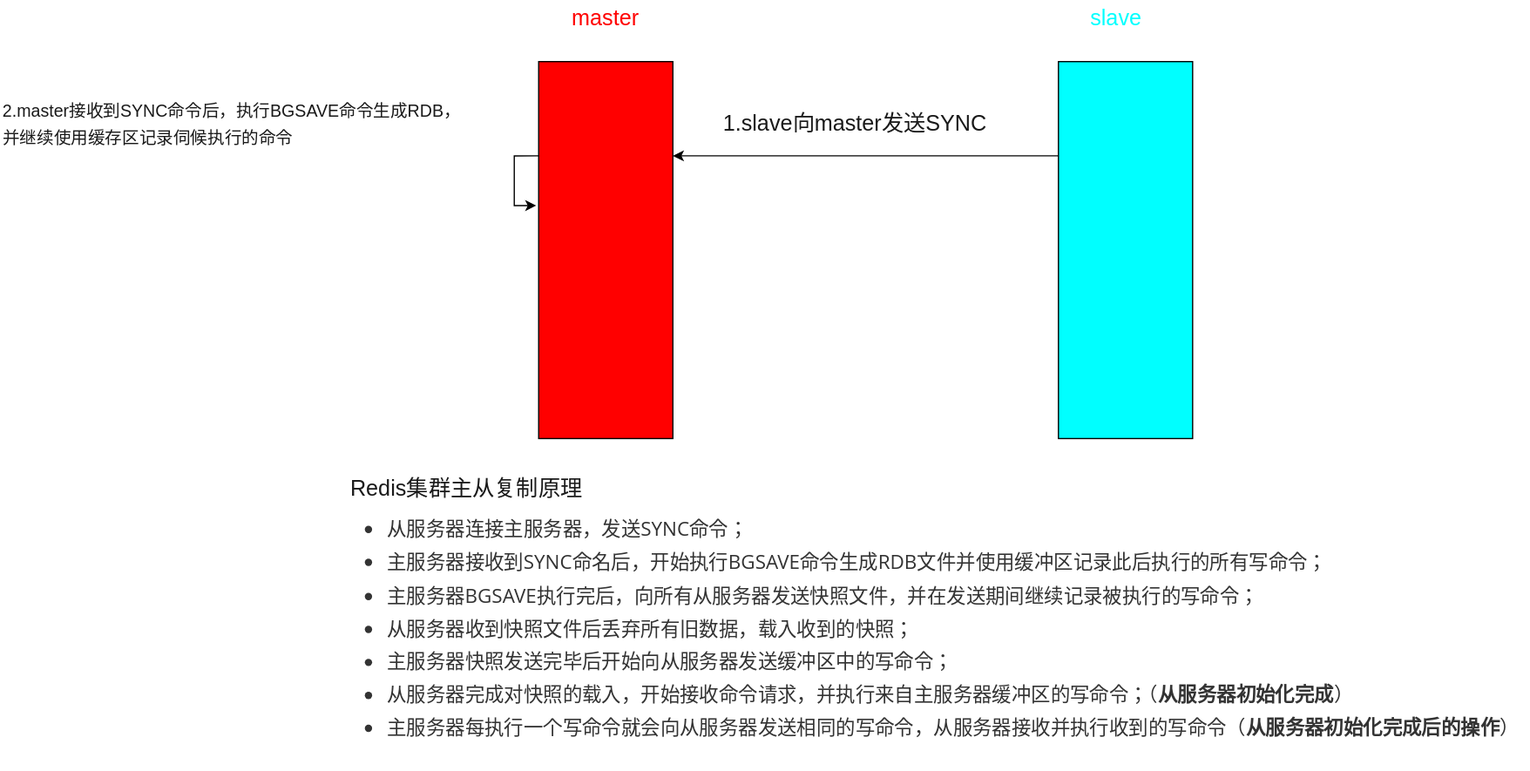
Earlier version of the draw.io export JAVA/Redis集群主从复制原理.drawio.svg (acttq/draw). Source tidied: cells renumbered, new cells last; positions are measured from the earlier drawing's top-left corner, leaving out a move shared by most shapes.
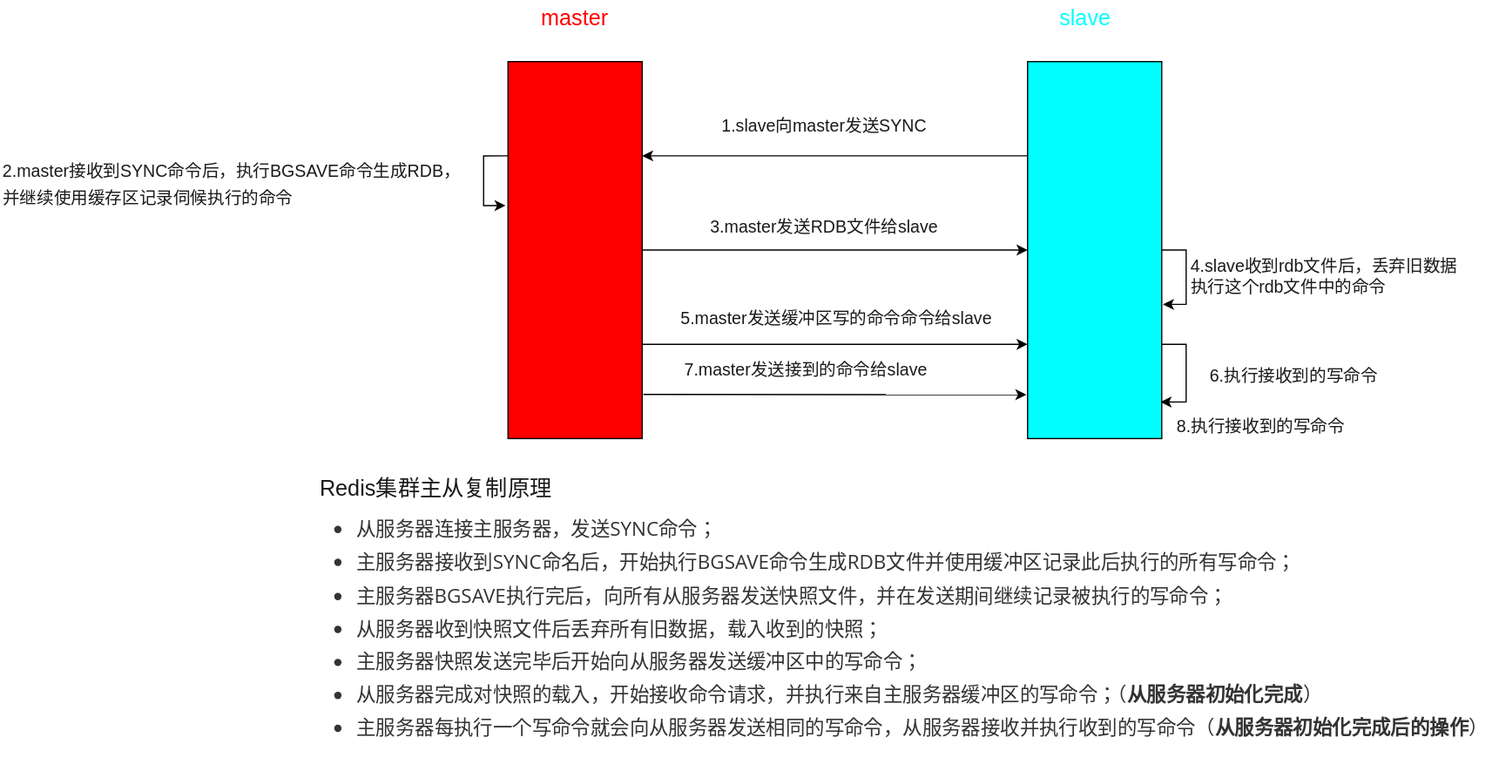
The same file after the commit.

Commit message:
更新Redis集群主从复制原理.drawio.svg

What changed in the source:
```diff
@@ -7,12 +7,21 @@
         <mxPoint x="439" y="168" as="targetPoint" />
       </mxGeometry>
     </mxCell>
+    <mxCell id="11" style="edgeStyle=orthogonalEdgeStyle;rounded=0;jettySize=auto;html=1;exitX=1;exitY=0.5;exitDx=0;exitDy=0;entryX=0;entryY=0.5;entryDx=0;entryDy=0;fontFamily=Helvetica;fontSize=14;fontColor=#1A1A1A;" parent="1" edge="1" source="3" target="5">
+      <mxGeometry relative="1" as="geometry" />
+    </mxCell>
+    <mxCell id="12" style="edgeStyle=orthogonalEdgeStyle;rounded=0;jettySize=auto;html=1;exitX=1;exitY=0.75;exitDx=0;exitDy=0;entryX=0;entryY=0.75;entryDx=0;entryDy=0;fontFamily=Helvetica;fontSize=14;fontColor=#1A1A1A;" parent="1" edge="1" source="3" target="5">
+      <mxGeometry relative="1" as="geometry" />
+    </mxCell>
     <mxCell id="3" style="rounded=0;whiteSpace=wrap;html=1;fontFamily=Helvetica;fontSize=18;fontColor=#FF0000;fillColor=#FF0000;" parent="1" vertex="1">
       <mxGeometry x="441" y="50" width="110" height="309" as="geometry" />
     </mxCell>
     <mxCell id="4" style="edgeStyle=orthogonalEdgeStyle;rounded=0;jettySize=auto;html=1;exitX=0;exitY=0.25;exitDx=0;exitDy=0;entryX=1;entryY=0.25;entryDx=0;entryDy=0;fontFamily=Helvetica;fontSize=18;fontColor=#1A1A1A;" parent="1" edge="1" source="5" target="3">
       <mxGeometry relative="1" as="geometry" />
     </mxCell>
+    <mxCell id="13" style="edgeStyle=orthogonalEdgeStyle;rounded=0;orthogonalLoop=1;jettySize=auto;html=1;exitX=1;exitY=0.75;exitDx=0;exitDy=0;fontFamily=Helvetica;fontSize=14;fontColor=#1A1A1A;entryX=0.991;entryY=0.903;entryDx=0;entryDy=0;entryPerimeter=0;" parent="1" edge="1" source="5" target="5">
+      <mxGeometry relative="1" as="geometry" />
+    </mxCell>
     <mxCell id="5" style="rounded=0;whiteSpace=wrap;html=1;fontFamily=Helvetica;fontSize=18;fontColor=#FF0000;fillColor=#00FFFF;" parent="1" vertex="1">
       <mxGeometry x="867" y="50" width="110" height="309" as="geometry" />
     </mxCell>
@@ -25,11 +34,37 @@
     <mxCell id="8" value="&lt;div align=&quot;left&quot;&gt;Redis集群主从复制原理&lt;/div&gt;&lt;div align=&quot;left&quot;&gt;&lt;ul class=&quot;ul-list&quot; style=&quot;box-sizing: border-box ; margin: 0.8em 0px ; padding-left: 30px ; position: relative ; color: rgb(51 , 51 , 51) ; font-family: &amp;#34;open sans&amp;#34; , &amp;#34;clear sans&amp;#34; , &amp;#34;helvetica neue&amp;#34; , &amp;#34;helvetica&amp;#34; , &amp;#34;arial&amp;#34; , sans-serif ; font-size: 16px ; font-style: normal ; font-weight: 400 ; letter-spacing: normal ; text-indent: 0px ; text-transform: none ; word-spacing: 0px&quot;&gt;&lt;li class=&quot;md-list-item md-focus-container&quot; style=&quot;box-sizing: border-box ; margin: 0px ; position: relative&quot;&gt;&lt;p class=&quot;md-end-block md-p md-focus&quot; style=&quot;box-sizing: border-box ; line-height: inherit ; margin: 0px 0px 0.5rem ; position: relative&quot;&gt;&lt;span class=&quot;md-plain md-expand&quot; style=&quot;box-sizing: border-box&quot;&gt;从服务器连接主服务器，发送SYNC命令； &lt;/span&gt;&lt;/p&gt;&lt;/li&gt;&lt;li class=&quot;md-list-item&quot; style=&quot;box-sizing: border-box ; margin: 0px ; position: relative&quot;&gt;&lt;p class=&quot;md-end-block md-p&quot; style=&quot;box-sizing: border-box ; line-height: inherit ; margin: 0px 0px 0.5rem ; position: relative&quot;&gt;&lt;span class=&quot;md-plain&quot; style=&quot;box-sizing: border-box&quot;&gt;主服务器接收到SYNC命名后，开始执行BGSAVE命令生成RDB文件并使用缓冲区记录此后执行的所有写命令； &lt;/span&gt;&lt;/p&gt;&lt;/li&gt;&lt;li class=&quot;md-list-item&quot; style=&quot;box-sizing: border-box ; margin: 0px ; position: relative&quot;&gt;&lt;p class=&quot;md-end-block md-p&quot; style=&quot;box-sizing: border-box ; line-height: inherit ; margin: 0px 0px 0.5rem ; position: relative&quot;&gt;&lt;span class=&quot;md-plain&quot; style=&quot;box-sizing: border-box&quot;&gt;主服务器BGSAVE执行完后，向所有从服务器发送快照文件，并在发送期间继续记录被执行的写命令； &lt;/span&gt;&lt;/p&gt;&lt;/li&gt;&lt;li class=&quot;md-list-item&quot; style=&quot;box-sizing: border-box ; margin: 0px ; position: relative&quot;&gt;&lt;p class=&quot;md-end-block md-p&quot; style=&quot;box-sizing: border-box ; line-height: inherit ; margin: 0px 0px 0.5rem ; position: relative&quot;&gt;&lt;span class=&quot;md-plain&quot; style=&quot;box-sizing: border-box&quot;&gt;从服务器收到快照文件后丢弃所有旧数据，载入收到的快照； &lt;/span&gt;&lt;/p&gt;&lt;/li&gt;&lt;li class=&quot;md-list-item&quot; style=&quot;box-sizing: border-box ; margin: 0px ; position: relative&quot;&gt;&lt;p class=&quot;md-end-block md-p&quot; style=&quot;box-sizing: border-box ; line-height: inherit ; margin: 0px 0px 0.5rem ; position: relative&quot;&gt;&lt;span class=&quot;md-plain&quot; style=&quot;box-sizing: border-box&quot;&gt;主服务器快照发送完毕后开始向从服务器发送缓冲区中的写命令； &lt;/span&gt;&lt;/p&gt;&lt;/li&gt;&lt;li class=&quot;md-list-item&quot; style=&quot;box-sizing: border-box ; margin: 0px ; position: relative&quot;&gt;&lt;p class=&quot;md-end-block md-p&quot; style=&quot;box-sizing: border-box ; line-height: inherit ; margin: 0px 0px 0.5rem ; position: relative&quot;&gt;&lt;span class=&quot;md-plain&quot; style=&quot;box-sizing: border-box&quot;&gt;从服务器完成对快照的载入，开始接收命令请求，并执行来自主服务器缓冲区的写命令；（&lt;/span&gt;&lt;span class=&quot;&quot; style=&quot;box-sizing: border-box&quot;&gt;&lt;strong style=&quot;box-sizing: border-box&quot;&gt;&lt;span class=&quot;md-plain&quot; style=&quot;box-sizing: border-box&quot;&gt;从服务器初始化完成&lt;/span&gt;&lt;/strong&gt;&lt;/span&gt;&lt;span class=&quot;md-plain&quot; style=&quot;box-sizing: border-box&quot;&gt;）&lt;/span&gt;&lt;/p&gt;&lt;/li&gt;&lt;li class=&quot;md-list-item md-focus-container&quot; style=&quot;box-sizing: border-box ; margin: 0px ; position: relative&quot;&gt;&lt;p class=&quot;md-end-block md-p md-focus&quot; style=&quot;box-sizing: border-box ; line-height: inherit ; margin: 0px 0px 0.5rem ; position: relative&quot;&gt;&lt;span class=&quot;md-plain&quot; style=&quot;box-sizing: border-box&quot;&gt;主服务器每执行一个写命令就会向从服务器发送相同的写命令，从服务器接收并执行收到的写命令（&lt;/span&gt;&lt;span class=&quot;&quot; style=&quot;box-sizing: border-box&quot;&gt;&lt;strong style=&quot;box-sizing: border-box&quot;&gt;&lt;span class=&quot;md-plain&quot; style=&quot;box-sizing: border-box&quot;&gt;从服务器初始化完成后的操作&lt;/span&gt;&lt;/strong&gt;&lt;/span&gt;&lt;span class=&quot;md-plain md-expand&quot; style=&quot;box-sizing: border-box&quot;&gt;）&lt;/span&gt;&lt;/p&gt;&lt;/li&gt;&lt;/ul&gt;&lt;span style=&quot;color: rgb(51 , 51 , 51) ; font-family: &amp;#34;open sans&amp;#34; , &amp;#34;clear sans&amp;#34; , &amp;#34;helvetica neue&amp;#34; , &amp;#34;helvetica&amp;#34; , &amp;#34;arial&amp;#34; , sans-serif ; font-size: 16px ; font-style: normal ; font-weight: 400 ; letter-spacing: normal ; text-indent: 0px ; text-transform: none ; word-spacing: 0px ; background-color: rgb(255 , 255 , 255) ; display: inline ; float: none&quot;&gt;&lt;span style=&quot;color: rgb(51 , 51 , 51) ; font-family: &amp;#34;open sans&amp;#34; , &amp;#34;clear sans&amp;#34; , &amp;#34;helvetica neue&amp;#34; , &amp;#34;helvetica&amp;#34; , &amp;#34;arial&amp;#34; , sans-serif ; font-size: 16px ; font-style: normal ; font-weight: 400 ; letter-spacing: normal ; text-indent: 0px ; text-transform: none ; word-spacing: 0px ; background-color: rgb(255 , 255 , 255) ; display: inline ; float: none&quot;&gt;&lt;/span&gt;&lt;/span&gt;&lt;span style=&quot;color: rgb(51 , 51 , 51) ; font-family: &amp;#34;open sans&amp;#34; , &amp;#34;clear sans&amp;#34; , &amp;#34;helvetica neue&amp;#34; , &amp;#34;helvetica&amp;#34; , &amp;#34;arial&amp;#34; , sans-serif ; font-size: 16px ; font-style: normal ; font-weight: 400 ; letter-spacing: normal ; text-indent: 0px ; text-transform: none ; word-spacing: 0px ; background-color: rgb(255 , 255 , 255) ; display: inline ; float: none&quot;&gt;&lt;/span&gt;&lt;/div&gt;" style="text;html=1;align=left;verticalAlign=middle;strokeColor=none;fillColor=none;fontSize=18;fontFamily=Helvetica;fontColor=#1A1A1A;" parent="1" vertex="1">
       <mxGeometry x="285" y="377" width="968" height="254" as="geometry" />
     </mxCell>
-    <mxCell id="9" value="1.slave向master发送SYNC" style="text;html=1;align=center;verticalAlign=middle;strokeColor=none;fillColor=none;fontSize=18;fontFamily=Helvetica;fontColor=#1A1A1A;" parent="1" vertex="1">
-      <mxGeometry x="587" y="88" width="226" height="26" as="geometry" />
+    <mxCell id="9" value="&lt;font style=&quot;font-size: 14px&quot;&gt;1.slave向master发送SYNC&lt;/font&gt;" style="text;html=1;align=center;verticalAlign=middle;strokeColor=none;fillColor=none;fontSize=18;fontFamily=Helvetica;fontColor=#1A1A1A;" parent="1" vertex="1">
+      <mxGeometry x="611" y="88" width="178" height="27" as="geometry" />
     </mxCell>
     <mxCell id="10" value="&lt;div align=&quot;left&quot;&gt;&lt;font style=&quot;font-size: 14px&quot;&gt;2.master接收到SYNC命令后，&lt;/font&gt;&lt;font style=&quot;font-size: 14px&quot;&gt;执行BGSAVE命令生成RDB，&lt;/font&gt;&lt;/div&gt;&lt;div align=&quot;left&quot;&gt;&lt;font style=&quot;font-size: 14px&quot;&gt;并继续使用缓存区记录伺候执行的命令&lt;br&gt;&lt;/font&gt;&lt;/div&gt;" style="text;html=1;align=left;verticalAlign=middle;strokeColor=none;fillColor=none;fontSize=18;fontFamily=Helvetica;fontColor=#1A1A1A;" parent="1" vertex="1">
-      <mxGeometry y="76" width="385" height="50" as="geometry" />
+      <mxGeometry x="25" y="125" width="385" height="50" as="geometry" />
     </mxCell>
+    <mxCell id="14" value="3.master发送RDB文件给slave" style="text;html=1;align=center;verticalAlign=middle;strokeColor=none;fillColor=none;fontSize=14;fontFamily=Helvetica;fontColor=#1A1A1A;" parent="1" vertex="1">
+      <mxGeometry x="601.5" y="175" width="197" height="21" as="geometry" />
+    </mxCell>
+    <mxCell id="15" style="edgeStyle=orthogonalEdgeStyle;rounded=0;orthogonalLoop=1;jettySize=auto;html=1;exitX=1;exitY=0.5;exitDx=0;exitDy=0;entryX=1.009;entryY=0.644;entryDx=0;entryDy=0;entryPerimeter=0;fontFamily=Helvetica;fontSize=14;fontColor=#1A1A1A;" parent="1" edge="1" source="5" target="5">
+      <mxGeometry relative="1" as="geometry" />
+    </mxCell>
+    <mxCell id="16" value="&lt;div align=&quot;left&quot;&gt;4.slave收到rdb文件后，丢弃旧数据&lt;/div&gt;&lt;div align=&quot;left&quot;&gt;执行这个rdb文件中的命令&lt;br&gt;&lt;/div&gt;" style="text;html=1;align=left;verticalAlign=middle;strokeColor=none;fillColor=none;fontSize=14;fontFamily=Helvetica;fontColor=#1A1A1A;" parent="1" vertex="1">
+      <mxGeometry x="999" y="207" width="229" height="38" as="geometry" />
+    </mxCell>
+    <mxCell id="17" value="5.master发送缓冲区写的命令命令给slave" style="text;html=1;align=center;verticalAlign=middle;strokeColor=none;fillColor=none;fontSize=14;fontFamily=Helvetica;fontColor=#1A1A1A;" parent="1" vertex="1">
+      <mxGeometry x="577" y="250" width="265" height="21" as="geometry" />
+    </mxCell>
+    <mxCell id="18" value="6.执行接收到的写命令" style="text;html=1;align=center;verticalAlign=middle;strokeColor=none;fillColor=none;fontSize=14;fontFamily=Helvetica;fontColor=#1A1A1A;" parent="1" vertex="1">
+      <mxGeometry x="1011" y="297" width="148" height="21" as="geometry" />
+    </mxCell>
+    <mxCell id="19" style="endArrow=classic;html=1;rounded=0;fontFamily=Helvetica;fontSize=14;fontColor=#1A1A1A;exitX=1.009;exitY=0.883;exitDx=0;exitDy=0;exitPerimeter=0;" parent="1" edge="1" source="3">
+      <mxGeometry relative="1" as="geometry">
+        <mxPoint x="866" y="323" as="targetPoint" />
+      </mxGeometry>
+    </mxCell>
+    <mxCell id="20" value="7.master发送接到的命令给slave" style="text;html=1;align=center;verticalAlign=middle;strokeColor=none;fillColor=none;fontSize=14;fontFamily=Helvetica;fontColor=#1A1A1A;" parent="1" vertex="1">
+      <mxGeometry x="580" y="292" width="209" height="21" as="geometry" />
+    </mxCell>
+    <mxCell id="21" value="8.执行接收到的写命令" style="text;html=1;align=center;verticalAlign=middle;strokeColor=none;fillColor=none;fontSize=14;fontFamily=Helvetica;fontColor=#1A1A1A;" parent="1" vertex="1">
+      <mxGeometry x="984" y="338" width="148" height="21" as="geometry" />
+    </mxCell>
   </root>
 </mxGraphModel>
```
